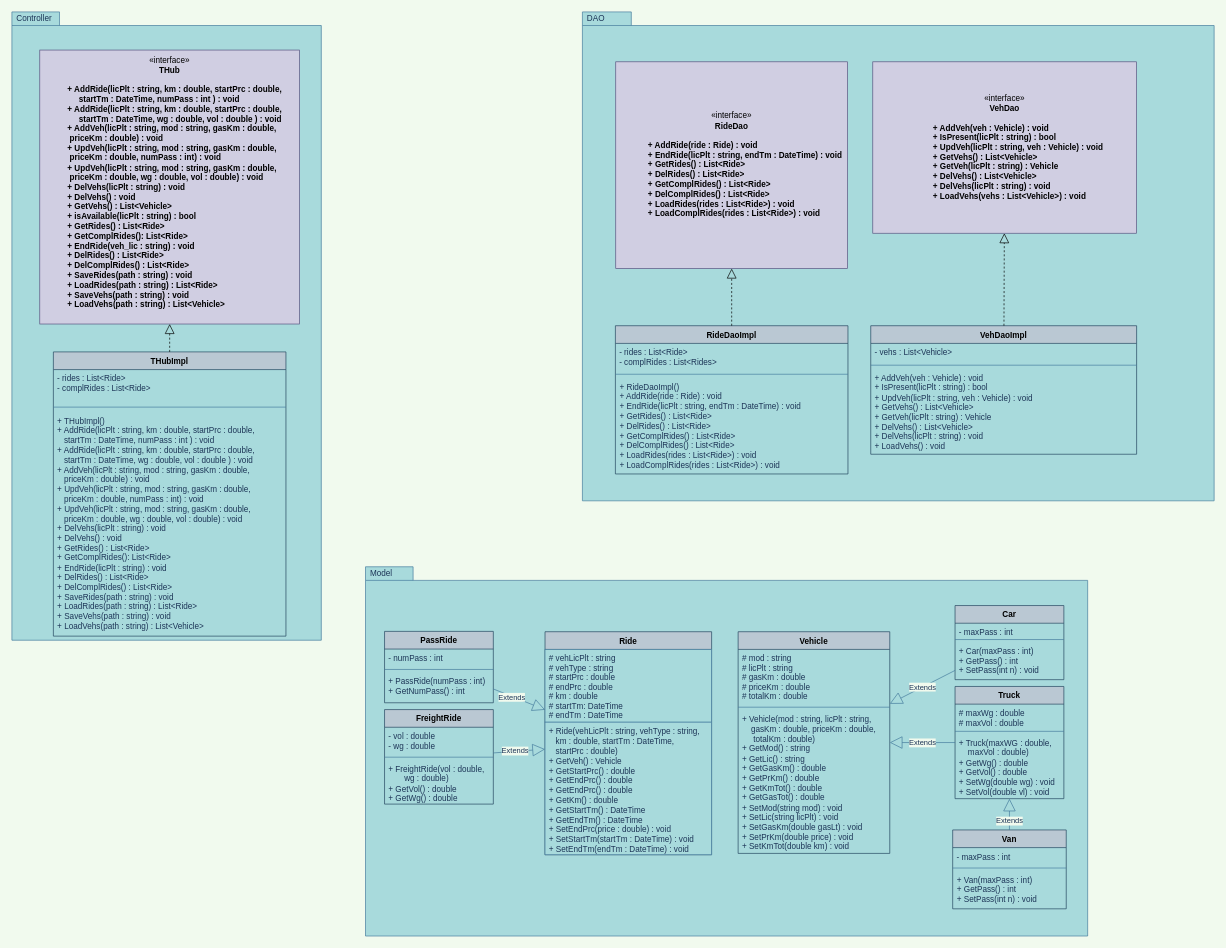
This is UML_Diagram.drawio from fede-palazz/T_HUB, a draw.io file, before an edit. Source tidied: cells renumbered, new cells numbered last; positions are measured from the earlier drawing's top-left corner, leaving out a move shared by most shapes. Both pictures are drawn from the tidied source at 68%, with x=0, y=0 at pixel (12, 12).
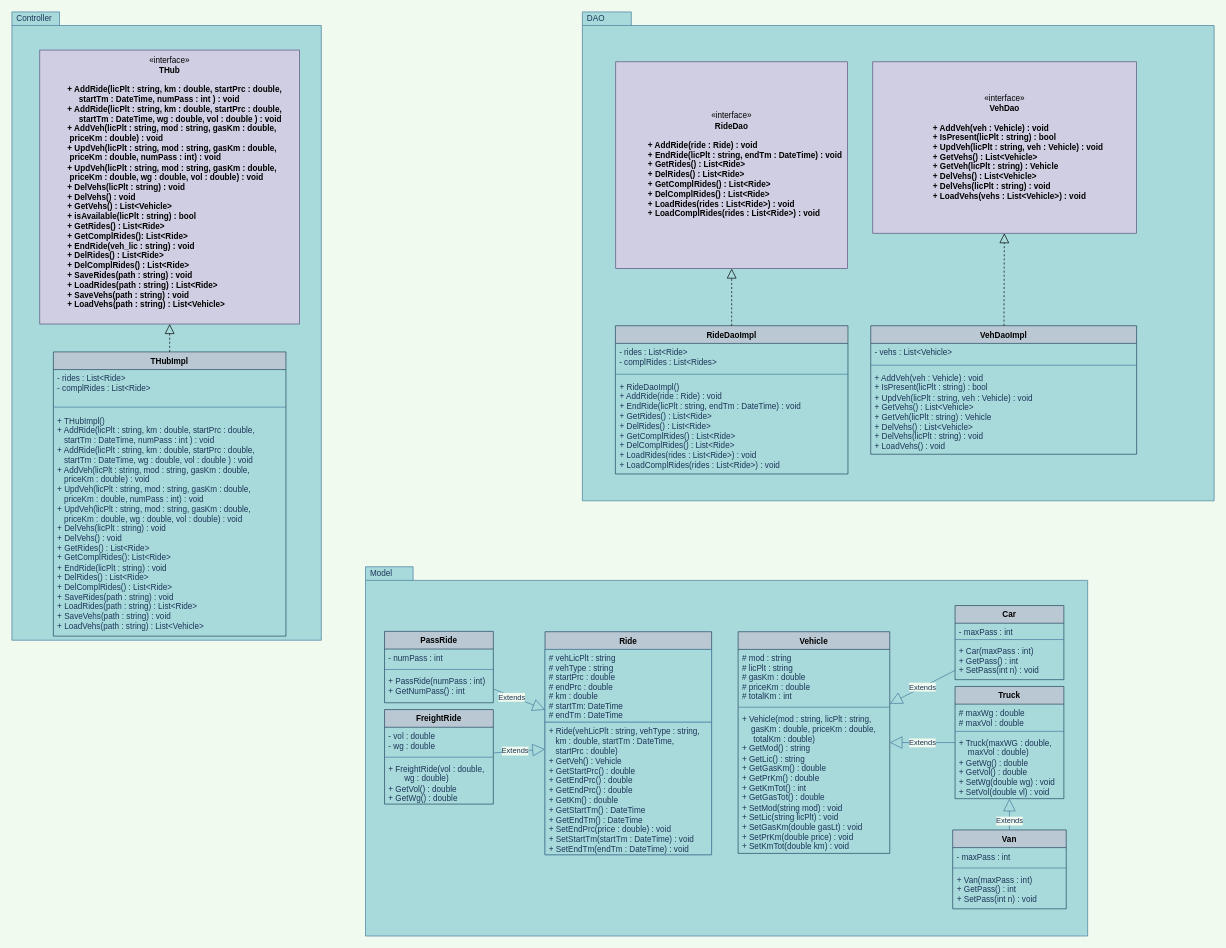
After the change.

The change refers to these unchanged cells:
```xml
<mxCell id="32" value="Vehicle" style="swimlane;fontStyle=1;align=center;verticalAlign=top;horizontal=1;startSize=26;fillColor=#bac8d3;strokeColor=#23445d;" parent="16" vertex="1">
  <mxGeometry x="548" y="95.5" width="223" height="326" as="geometry" />
</mxCell>
```

Change to the diagram source:
```diff
@@
-    <mxCell id="33" value="# mod : string&#10;# licPlt : string&#10;# gasKm : double&#10;# priceKm : double&#10;# totalKm : double" style="text;strokeColor=none;fillColor=none;align=left;verticalAlign=top;spacingLeft=4;spacingRight=4;overflow=hidden;fontColor=#1D3557;" parent="32" vertex="1">
+    <mxCell id="33" value="# mod : string&#10;# licPlt : string&#10;# gasKm : double&#10;# priceKm : double&#10;# totalKm : int" style="text;strokeColor=none;fillColor=none;align=left;verticalAlign=top;spacingLeft=4;spacingRight=4;overflow=hidden;fontColor=#1D3557;" parent="32" vertex="1">
       <mxGeometry y="26" width="223" height="81" as="geometry" />
     </mxCell>
@@
-    <mxCell id="35" value="+ Vehicle(mod : string, licPlt : string,          gasKm : double, priceKm : double,         totalKm : double)&#10;+ GetMod() : string&#10;+ GetLic() : string&#10;+ GetGasKm() : double&#10;+ GetPrKm() : double&#10;+ GetKmTot() : double&#10;+ GetGasTot() : double&#10;+ SetMod(string mod) : void&#10;+ SetLic(string licPlt) : void&#10;+ SetGasKm(double gasLt) : void&#10;+ SetPrKm(double price) : void&#10;+ SetKmTot(double km) : void&#10;" style="text;strokeColor=none;fillColor=none;align=left;verticalAlign=top;spacingLeft=4;spacingRight=4;overflow=hidden;whiteSpace=wrap;fontColor=#1D3557;" parent="32" vertex="1">
+    <mxCell id="35" value="+ Vehicle(mod : string, licPlt : string,          gasKm : double, priceKm : double,         totalKm : double)&#10;+ GetMod() : string&#10;+ GetLic() : string&#10;+ GetGasKm() : double&#10;+ GetPrKm() : double&#10;+ GetKmTot() : int&#10;+ GetGasTot() : double&#10;+ SetMod(string mod) : void&#10;+ SetLic(string licPlt) : void&#10;+ SetGasKm(double gasLt) : void&#10;+ SetPrKm(double price) : void&#10;+ SetKmTot(double km) : void&#10;" style="text;strokeColor=none;fillColor=none;align=left;verticalAlign=top;spacingLeft=4;spacingRight=4;overflow=hidden;whiteSpace=wrap;fontColor=#1D3557;" parent="32" vertex="1">
       <mxGeometry y="115" width="223" height="211" as="geometry" />
     </mxCell>
```
